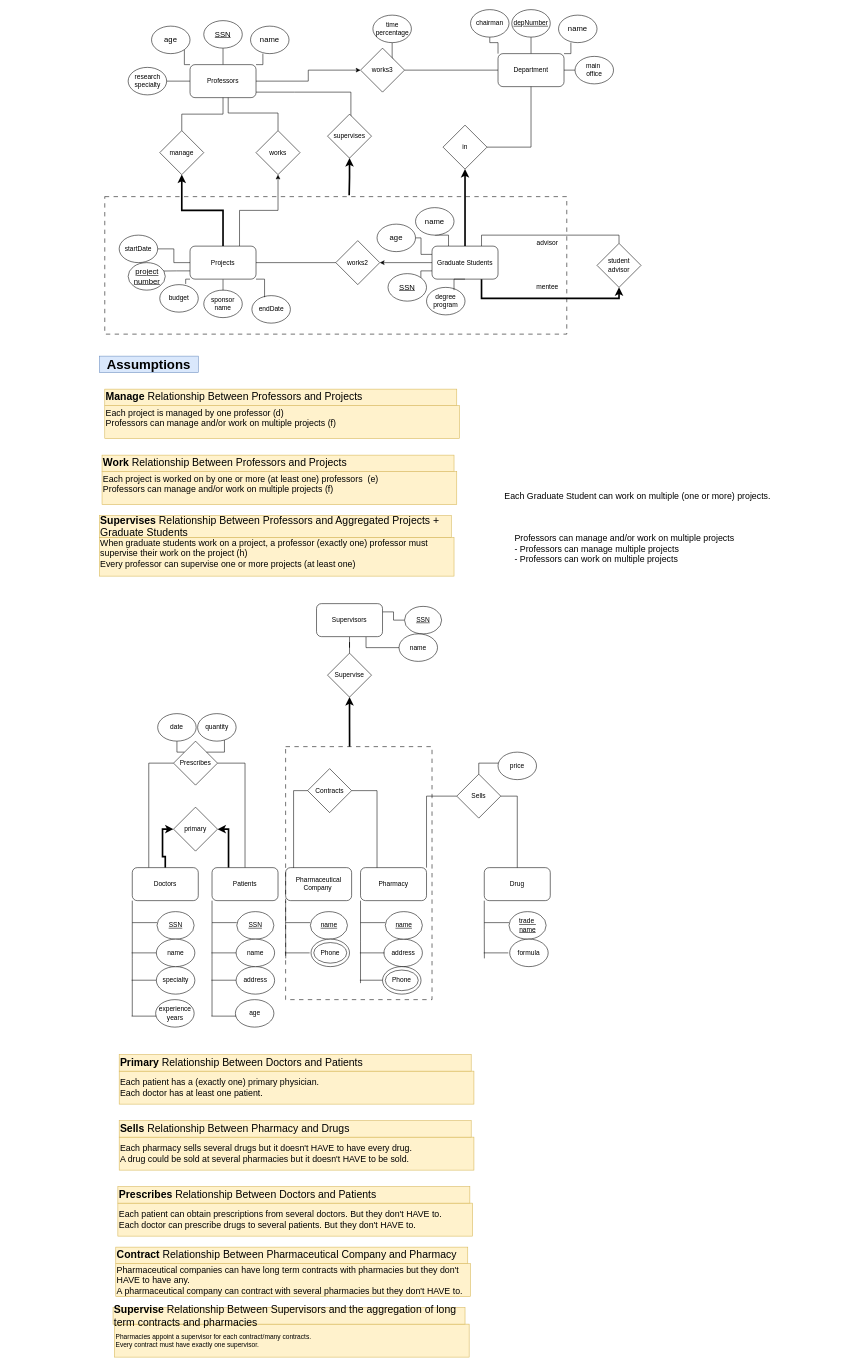
Earlier version of the draw.io diagram hw1/hw.drawio (saraimarte/CS336). Source tidied: cells renumbered, new cells numbered last; positions are measured from the earlier drawing's top-left corner, leaving out a move shared by most shapes. Both pictures are drawn from the tidied source at 55%, with x=0, y=0 at pixel (99, 9).
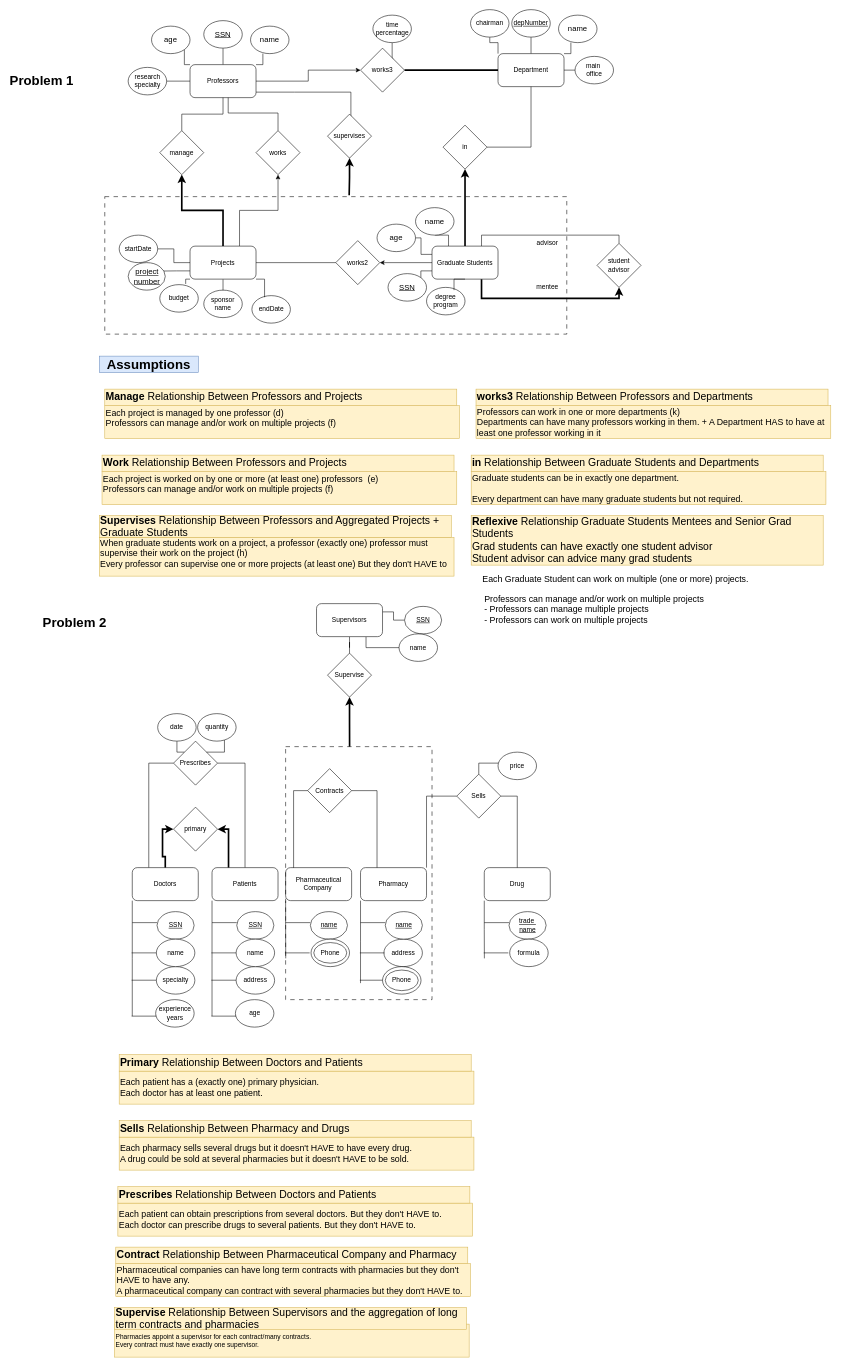
Above is the later version.

The change refers to these unchanged cells:
```xml
<mxCell id="8" value="Professors" style="rounded=1;whiteSpace=wrap;html=1;" parent="1" vertex="1">
  <mxGeometry x="165" y="100" width="120" height="60" as="geometry" />
</mxCell>
<mxCell id="54" value="Department" style="rounded=1;whiteSpace=wrap;html=1;" parent="1" vertex="1">
  <mxGeometry x="725" y="80" width="120" height="60" as="geometry" />
</mxCell>
<mxCell id="61" value="works3" style="rhombus;whiteSpace=wrap;html=1;" parent="1" vertex="1">
  <mxGeometry x="475" y="70" width="80" height="80" as="geometry" />
</mxCell>
```

The edit, as a diff of the source:
```diff
@@
-    <mxCell id="7" style="edgeStyle=orthogonalEdgeStyle;rounded=0;jettySize=auto;html=1;exitX=1;exitY=0.5;exitDx=0;exitDy=0;entryX=0;entryY=0.5;entryDx=0;entryDy=0;" parent="1" edge="1" source="8" target="61">
+    <mxCell id="7" style="edgeStyle=orthogonalEdgeStyle;rounded=0;jettySize=auto;html=1;exitX=1;exitY=0.5;exitDx=0;exitDy=0;entryX=0;entryY=0.5;entryDx=0;entryDy=0;strokeWidth=1;" parent="1" edge="1" source="8" target="61">
       <mxGeometry relative="1" as="geometry" />
     </mxCell>
@@
     <mxCell id="43" value="&lt;div align=&quot;left&quot;&gt;&lt;font style=&quot;font-size: 16px;&quot;&gt;Each Graduate Student can work on multiple (one or more) projects.&amp;nbsp;&lt;/font&gt;&lt;/div&gt;" style="text;strokeColor=none;align=left;fillColor=none;html=1;verticalAlign=middle;whiteSpace=wrap;rounded=0;" parent="1" vertex="1">
-      <mxGeometry x="735" y="870" width="640" height="30" as="geometry" />
+      <mxGeometry x="695" y="1020" width="640" height="30" as="geometry" />
     </mxCell>
@@
     <mxCell id="46" value="&lt;div&gt;&lt;font style=&quot;font-size: 16px;&quot;&gt;Professors can manage and/or work on multiple projects&lt;/font&gt;&lt;/div&gt;&lt;div align=&quot;left&quot;&gt;&lt;font style=&quot;font-size: 16px;&quot;&gt;- Professors can manage multiple projects&lt;/font&gt;&lt;/div&gt;&lt;div align=&quot;left&quot;&gt;&lt;font style=&quot;font-size: 16px;&quot;&gt;- Professors can work on multiple projects&amp;nbsp;&lt;/font&gt;&lt;/div&gt;" style="text;strokeColor=none;align=center;fillColor=none;html=1;verticalAlign=middle;whiteSpace=wrap;rounded=0;" parent="1" vertex="1">
-      <mxGeometry x="750" y="960" width="410" height="40" as="geometry" />
+      <mxGeometry x="695" y="1070" width="410" height="40" as="geometry" />
     </mxCell>
@@
-    <mxCell id="53" style="edgeStyle=orthogonalEdgeStyle;rounded=0;jettySize=auto;html=1;exitX=0;exitY=0.5;exitDx=0;exitDy=0;entryX=1;entryY=0.5;entryDx=0;entryDy=0;endArrow=none;endFill=0;" parent="1" edge="1" source="54" target="61">
+    <mxCell id="53" style="edgeStyle=orthogonalEdgeStyle;rounded=0;jettySize=auto;html=1;exitX=0;exitY=0.5;exitDx=0;exitDy=0;entryX=1;entryY=0.5;entryDx=0;entryDy=0;endArrow=none;endFill=0;strokeWidth=3;" parent="1" edge="1" source="54" target="61">
       <mxGeometry relative="1" as="geometry" />
     </mxCell>
@@
-    <mxCell id="74" value="&lt;div&gt;&lt;font style=&quot;font-size: 16px;&quot;&gt;When graduate students work on a project, a professor (exactly one) professor must supervise their work on the project (h)&amp;nbsp;&amp;nbsp;&lt;/font&gt;&lt;/div&gt;&lt;div&gt;&lt;font style=&quot;font-size: 16px;&quot;&gt;Every professor can supervise one or more projects (at least one)&lt;/font&gt;&lt;/div&gt;&lt;div&gt;&lt;br&gt;&lt;/div&gt;" style="text;strokeColor=#d6b656;align=left;fillColor=#fff2cc;html=1;verticalAlign=middle;whiteSpace=wrap;rounded=0;" parent="1" vertex="1">
+    <mxCell id="74" value="&lt;div&gt;&lt;font style=&quot;font-size: 16px;&quot;&gt;When graduate students work on a project, a professor (exactly one) professor must supervise their work on the project (h)&amp;nbsp;&amp;nbsp;&lt;/font&gt;&lt;/div&gt;&lt;div&gt;&lt;font style=&quot;font-size: 16px;&quot;&gt;Every professor can supervise one or more projects (at least one) But they don't HAVE to&lt;/font&gt;&lt;/div&gt;&lt;div&gt;&lt;br&gt;&lt;/div&gt;" style="text;strokeColor=#d6b656;align=left;fillColor=#fff2cc;html=1;verticalAlign=middle;whiteSpace=wrap;rounded=0;" parent="1" vertex="1">
       <mxGeometry y="960" width="645" height="70" as="geometry" />
     </mxCell>
@@
     <mxCell id="154" value="&lt;b&gt;Supervise&lt;/b&gt;&amp;nbsp;Relationship Between Supervisors and the aggregation of long term contracts and pharmacies&amp;nbsp;&amp;nbsp;" style="text;strokeColor=#d6b656;align=left;fillColor=#fff2cc;html=1;verticalAlign=middle;whiteSpace=wrap;rounded=0;fontSize=19;" parent="1" vertex="1">
-      <mxGeometry x="25" y="2360" width="640" height="30" as="geometry" />
+      <mxGeometry x="27.5" y="2360" width="640" height="40" as="geometry" />
     </mxCell>
@@
+    <mxCell id="157" value="Problem 2" style="text;strokeColor=none;fillColor=none;html=1;fontSize=24;fontStyle=1;verticalAlign=middle;align=center;" parent="1" vertex="1">
+      <mxGeometry x="-95" y="1095" width="100" height="40" as="geometry" />
+    </mxCell>
+    <mxCell id="158" value="&lt;div&gt;&lt;font style=&quot;font-size: 16px;&quot;&gt;Professors can work in one or more departments (k)&amp;nbsp;&lt;/font&gt;&lt;/div&gt;&lt;div&gt;&lt;div&gt;&lt;font style=&quot;font-size: 16px;&quot;&gt;Departments can have many professors working in them. + A Department HAS to have at least one professor working in it&amp;nbsp;&lt;/font&gt;&lt;/div&gt;&lt;/div&gt;" style="text;strokeColor=#d6b656;align=left;fillColor=#fff2cc;html=1;verticalAlign=middle;whiteSpace=wrap;rounded=0;" parent="1" vertex="1">
+      <mxGeometry x="685" y="720" width="645" height="60" as="geometry" />
+    </mxCell>
+    <mxCell id="159" value="&lt;b&gt;works3&lt;/b&gt;&amp;nbsp;Relationship Between Professors and Departments&amp;nbsp;" style="text;strokeColor=#d6b656;align=left;fillColor=#fff2cc;html=1;verticalAlign=middle;whiteSpace=wrap;rounded=0;fontSize=19;" parent="1" vertex="1">
+      <mxGeometry x="685" y="690" width="640" height="30" as="geometry" />
+    </mxCell>
+    <mxCell id="160" value="Problem 1" style="text;strokeColor=none;fillColor=none;html=1;fontSize=24;fontStyle=1;verticalAlign=middle;align=center;" parent="1" vertex="1">
+      <mxGeometry x="-155" y="110" width="100" height="40" as="geometry" />
+    </mxCell>
+    <mxCell id="161" value="&lt;div&gt;&lt;font style=&quot;font-size: 16px;&quot;&gt;Graduate students can be in exactly one department.&lt;/font&gt;&lt;/div&gt;&lt;div&gt;&lt;font style=&quot;font-size: 16px;&quot;&gt;&lt;br&gt;&lt;/font&gt;&lt;/div&gt;&lt;div&gt;&lt;font style=&quot;font-size: 16px;&quot;&gt;Every department can have many graduate students but not required.&amp;nbsp;&lt;/font&gt;&lt;/div&gt;" style="text;strokeColor=#d6b656;align=left;fillColor=#fff2cc;html=1;verticalAlign=middle;whiteSpace=wrap;rounded=0;" parent="1" vertex="1">
+      <mxGeometry x="676.2" y="840" width="645" height="60" as="geometry" />
+    </mxCell>
+    <mxCell id="162" value="&lt;b&gt;in&lt;/b&gt;&amp;nbsp;Relationship Between Graduate Students and Departments&amp;nbsp;" style="text;strokeColor=#d6b656;align=left;fillColor=#fff2cc;html=1;verticalAlign=middle;whiteSpace=wrap;rounded=0;fontSize=19;" parent="1" vertex="1">
+      <mxGeometry x="676.2" y="810" width="640" height="30" as="geometry" />
+    </mxCell>
+    <mxCell id="163" value="&lt;div&gt;&lt;b&gt;Reflexive&lt;/b&gt;&amp;nbsp;Relationship Graduate Students Mentees and Senior Grad Students&amp;nbsp;&lt;/div&gt;&lt;div&gt;Grad students can have exactly one student advisor&lt;/div&gt;&lt;div&gt;Student advisor can advice many grad students&lt;/div&gt;" style="text;strokeColor=#d6b656;align=left;fillColor=#fff2cc;html=1;verticalAlign=middle;whiteSpace=wrap;rounded=0;fontSize=19;" parent="1" vertex="1">
+      <mxGeometry x="676.2" y="920" width="640" height="90" as="geometry" />
+    </mxCell>
```
